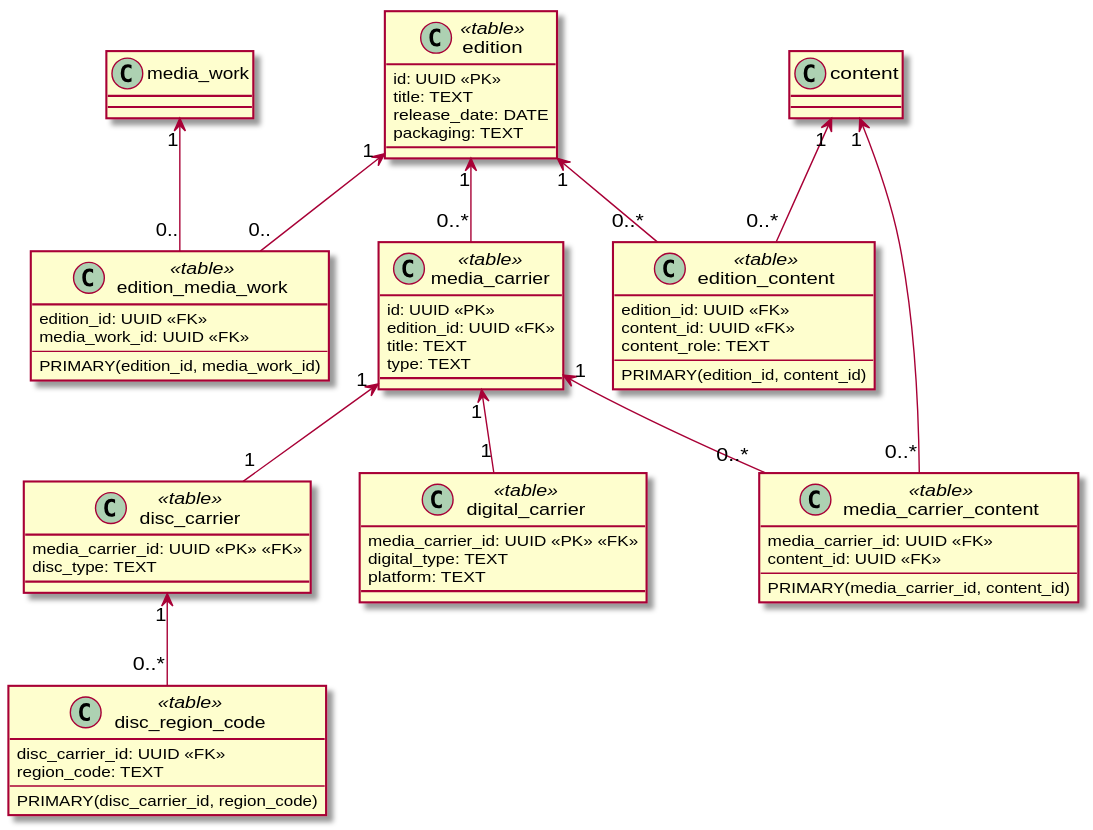
Earlier version of the PlantUML export docs/diagrams/data/edition.data.svg (yantue/colleq).
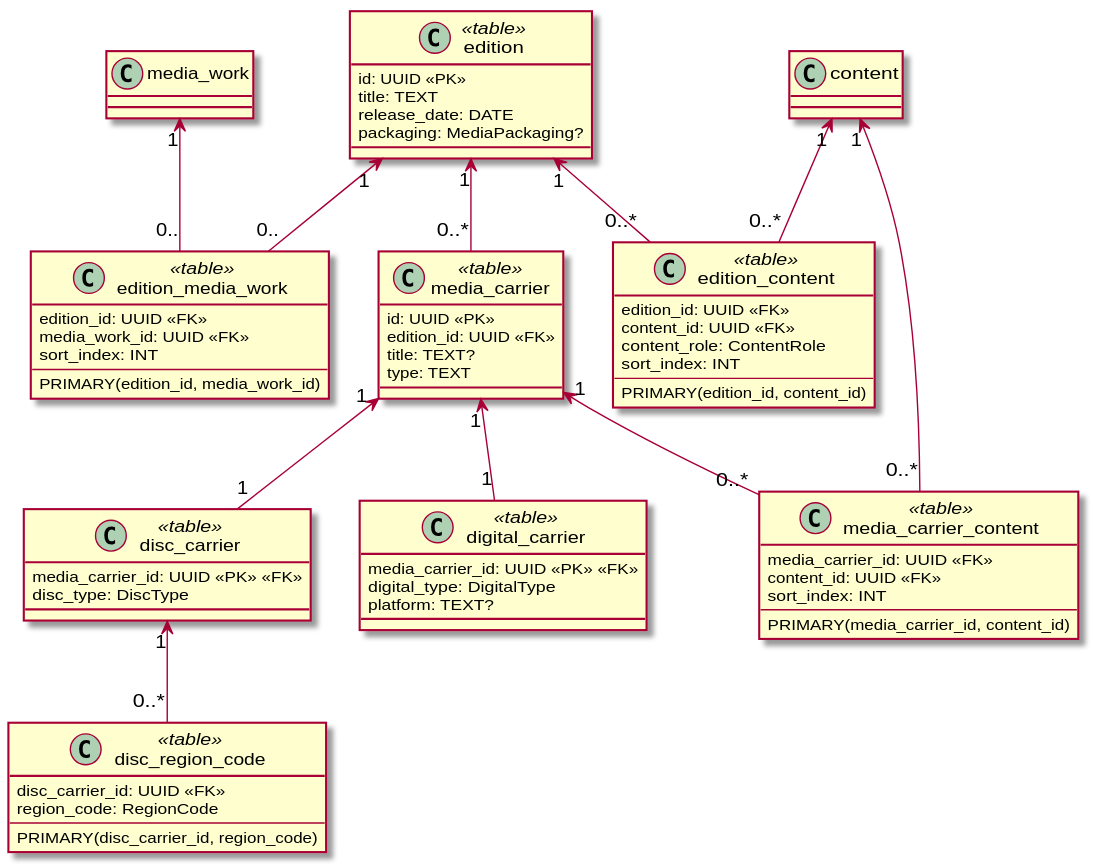
After the commit.

What changed in the source:
```diff
@@ -5,12 +5,13 @@
     id: UUID <<PK>>
     title: TEXT
     release_date: DATE
-    packaging: TEXT
+    packaging: MediaPackaging?
 }
 
 class edition_media_work <<table>> {
     edition_id: UUID <<FK>>
     media_work_id: UUID <<FK>>
+    sort_index: INT
     --
     PRIMARY(edition_id, media_work_id)
 }
@@ -20,7 +21,8 @@
 class edition_content <<table>> {
     edition_id: UUID <<FK>>
     content_id: UUID <<FK>>
-    content_role: TEXT
+    content_role: ContentRole
+    sort_index: INT
     --
     PRIMARY(edition_id, content_id)
 }
@@ -30,7 +32,7 @@
 class media_carrier <<table>> {
     id: UUID <<PK>>
     edition_id: UUID <<FK>>
-    title: TEXT
+    title: TEXT?
     type: TEXT
 }
 
@@ -38,14 +40,14 @@
 
 class disc_carrier <<table>> {
     media_carrier_id: UUID <<PK>> <<FK>>
-    disc_type: TEXT
+    disc_type: DiscType
 }
 
 media_carrier "1" <-- "1" disc_carrier
 
 class disc_region_code <<table>> {
     disc_carrier_id: UUID <<FK>>
-    region_code: TEXT
+    region_code: RegionCode
     --
     PRIMARY(disc_carrier_id, region_code)
 }
@@ -54,8 +56,8 @@
 
 class digital_carrier <<table>> {
     media_carrier_id: UUID <<PK>> <<FK>>
-    digital_type: TEXT
-    platform: TEXT
+    digital_type: DigitalType
+    platform: TEXT?
 }
 
 media_carrier "1" <-- "1" digital_carrier
@@ -63,6 +65,7 @@
 class media_carrier_content <<table>> {
     media_carrier_id: UUID <<FK>>
     content_id: UUID <<FK>>
+    sort_index: INT
     --
     PRIMARY(media_carrier_id, content_id)
 }
```
